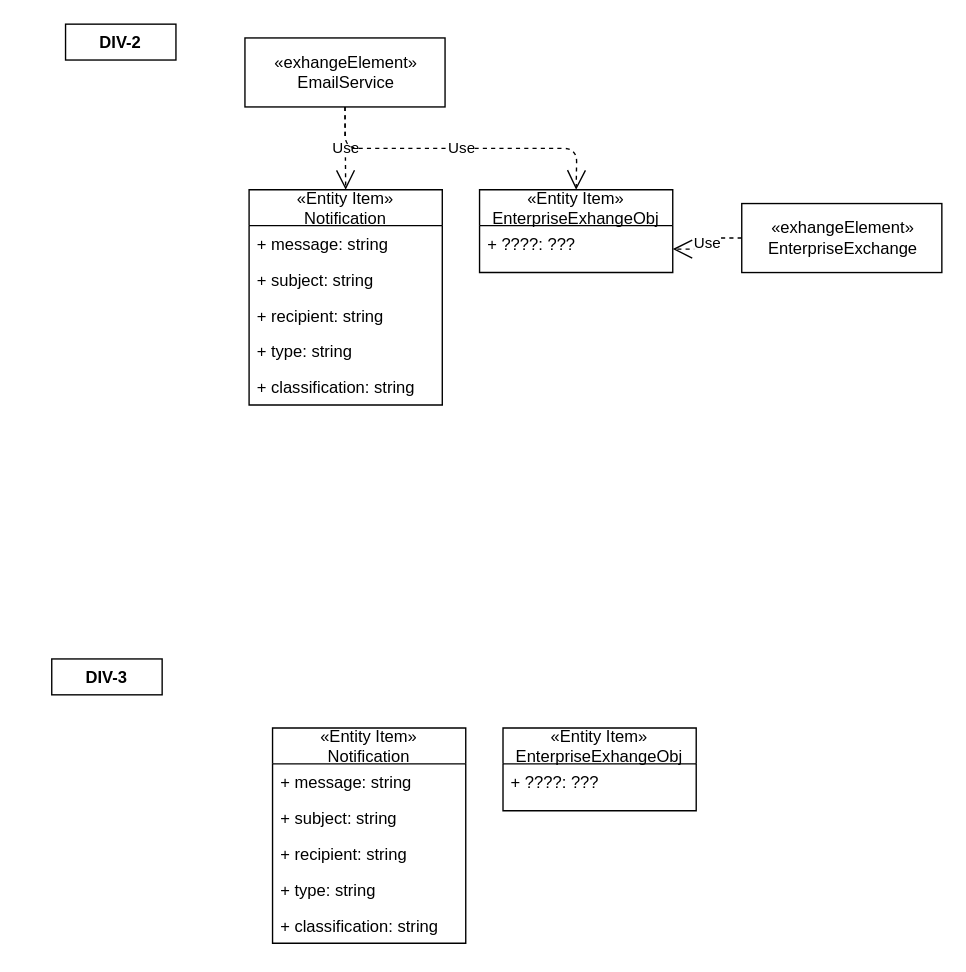
Before: page "DIV Diagrams" (4 of 4) of Drawings/Microservices/EmailService/EmailService.drawio in RMSLowside/rmslow, a draw.io diagram. Source tidied: cells renumbered, new cells numbered last; positions are measured from the earlier drawing's top-left corner, leaving out a move shared by most shapes. Both pictures are drawn from the tidied source at 138%, with x=0, y=0 at pixel (51, 23).
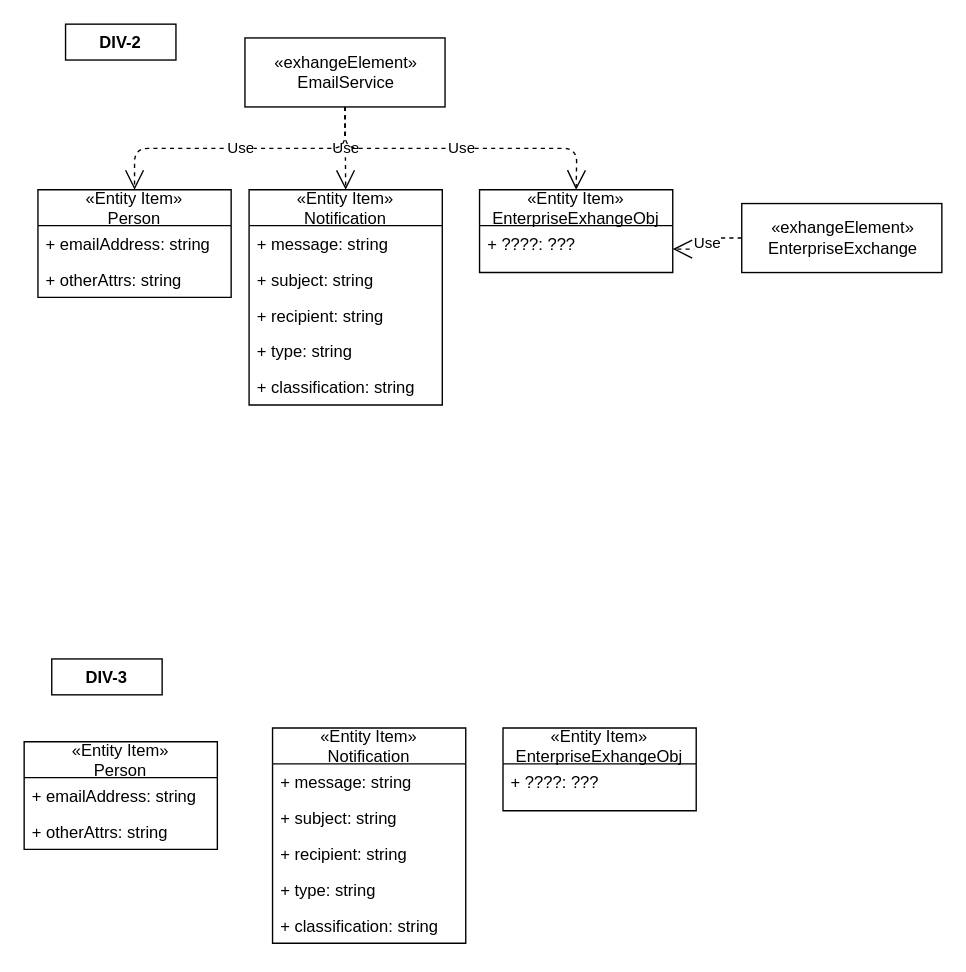
After the change.

Unchanged cells that the change refers to:
```xml
<mxCell id="10" value="«exhangeElement»&lt;br&gt;&lt;div&gt;EmailService&lt;/div&gt;" style="html=1;" parent="1" vertex="1">
  <mxGeometry x="140" y="10" width="145" height="50" as="geometry" />
</mxCell>
```

What changed in the source:
```diff
@@
+    <mxCell id="25" value="«Entity Item»&#10;Person" style="swimlane;fontStyle=0;horizontal=1;startSize=26;fillColor=none;" parent="1" vertex="1">
+      <mxGeometry x="-10" y="120" width="140" height="78" as="geometry" />
+    </mxCell>
+    <mxCell id="26" value="+ emailAddress: string" style="text;strokeColor=none;fillColor=none;align=left;verticalAlign=top;spacingLeft=4;spacingRight=4;overflow=hidden;" parent="25" vertex="1">
+      <mxGeometry y="26" width="140" height="26" as="geometry" />
+    </mxCell>
+    <mxCell id="27" value="+ otherAttrs: string" style="text;strokeColor=none;fillColor=none;align=left;verticalAlign=top;spacingLeft=4;spacingRight=4;overflow=hidden;" parent="25" vertex="1">
+      <mxGeometry y="52" width="140" height="26" as="geometry" />
+    </mxCell>
+    <mxCell id="28" value="Use" style="endArrow=open;endSize=12;dashed=1;html=1;exitX=0.5;exitY=1;exitDx=0;exitDy=0;entryX=0.5;entryY=0;entryDx=0;entryDy=0;edgeStyle=orthogonalEdgeStyle;" parent="1" edge="1" source="10" target="25">
+      <mxGeometry relative="1" as="geometry" />
+    </mxCell>
+    <mxCell id="29" value="«Entity Item»&#10;Person" style="swimlane;fontStyle=0;horizontal=1;startSize=26;fillColor=none;" parent="1" vertex="1">
+      <mxGeometry x="-20" y="520" width="140" height="78" as="geometry" />
+    </mxCell>
+    <mxCell id="30" value="+ emailAddress: string" style="text;strokeColor=none;fillColor=none;align=left;verticalAlign=top;spacingLeft=4;spacingRight=4;overflow=hidden;" parent="29" vertex="1">
+      <mxGeometry y="26" width="140" height="26" as="geometry" />
+    </mxCell>
+    <mxCell id="31" value="+ otherAttrs: string" style="text;strokeColor=none;fillColor=none;align=left;verticalAlign=top;spacingLeft=4;spacingRight=4;overflow=hidden;" parent="29" vertex="1">
+      <mxGeometry y="52" width="140" height="26" as="geometry" />
+    </mxCell>
```
